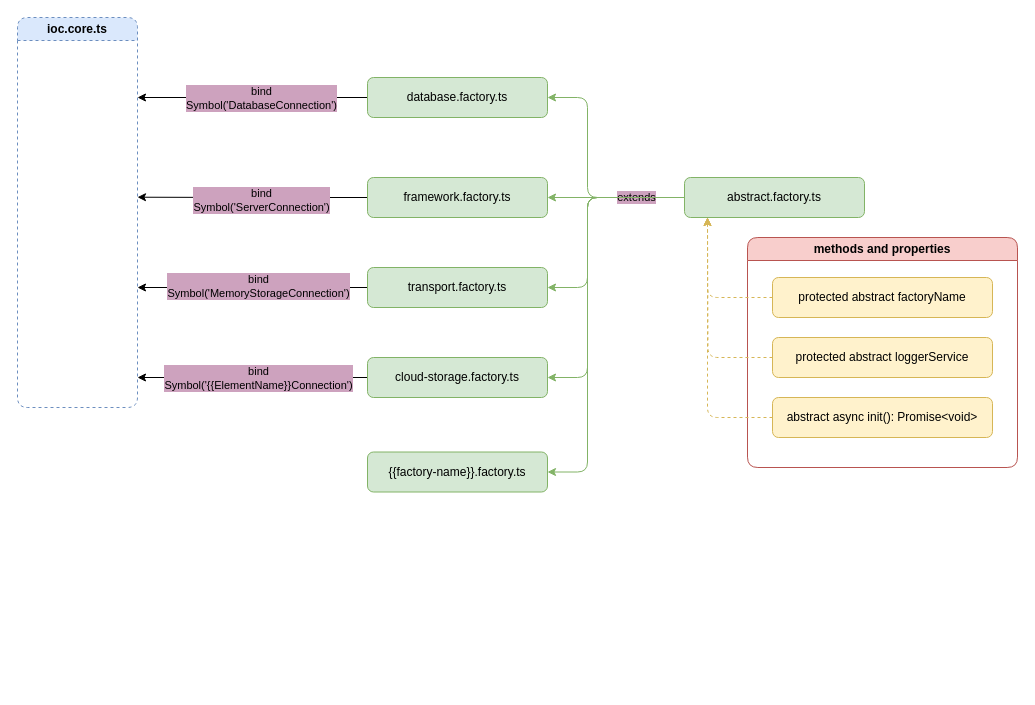
Avelate/avelate-documentation keeps this draw.io diagram as documentation/server-platform/drawio/factories.drawio. Above is the earlier version. Source tidied: cells renumbered, new cells numbered last; positions are measured from the earlier drawing's top-left corner, leaving out a move shared by most shapes. Both pictures are drawn from the tidied source at 100%, with x=0, y=0 at pixel (17, 17).
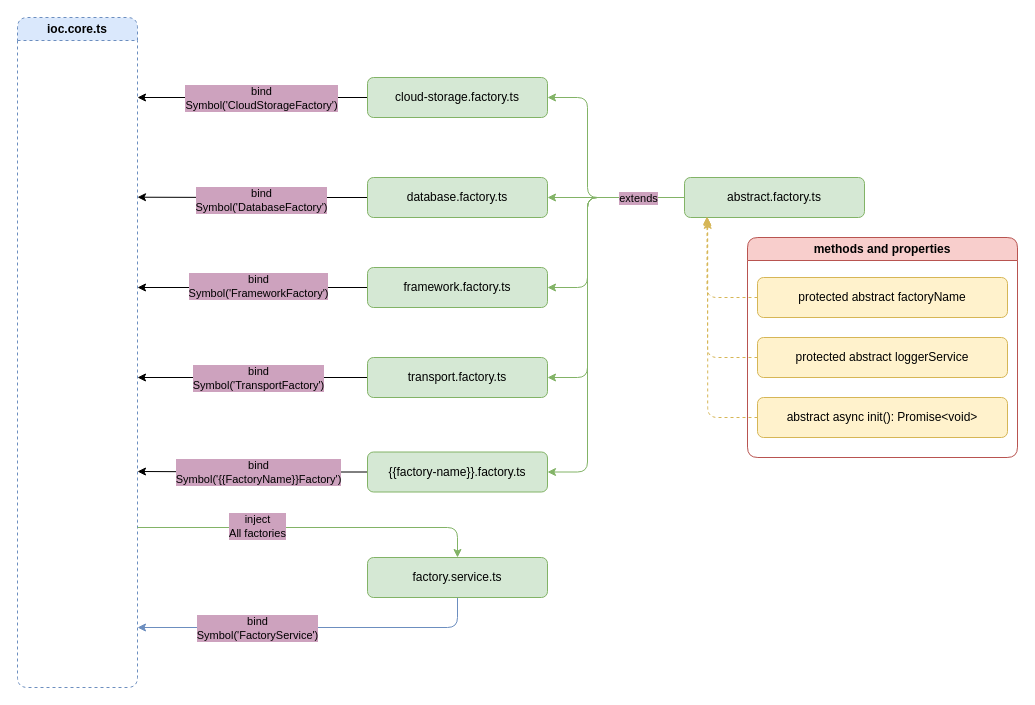
After the change.

Unchanged cells that the change refers to:
```xml
<mxCell id="18" value="abstract.factory.ts" style="rounded=1;whiteSpace=wrap;html=1;fillColor=#d5e8d4;strokeColor=#82b366;" parent="1" vertex="1">
  <mxGeometry x="667" y="160" width="180" height="40" as="geometry" />
</mxCell>
<mxCell id="29" value="{{factory-name}}.factory.ts" style="rounded=1;whiteSpace=wrap;html=1;fillColor=#d5e8d4;strokeColor=#82b366;" parent="1" vertex="1">
  <mxGeometry x="350" y="434.5" width="180" height="40" as="geometry" />
</mxCell>
```

Diff of the diagram source:
```diff
@@
     <mxCell id="2" value="ioc.core.ts" style="swimlane;whiteSpace=wrap;html=1;rounded=1;dashed=1;fillColor=#dae8fc;strokeColor=#6c8ebf;" parent="1" vertex="1">
-      <mxGeometry width="120" height="390" as="geometry" />
+      <mxGeometry width="120" height="670" as="geometry" />
     </mxCell>
-    <mxCell id="3" style="edgeStyle=orthogonalEdgeStyle;rounded=0;jettySize=auto;html=1;" parent="1" edge="1" source="5">
-      <mxGeometry relative="1" as="geometry">
-        <mxPoint x="120" y="80" as="targetPoint" />
-      </mxGeometry>
-    </mxCell>
-    <mxCell id="4" value="bind&lt;br&gt;Symbol('DatabaseConnection')" style="edgeLabel;html=1;align=center;verticalAlign=middle;labelBackgroundColor=#CDA2BE;" parent="3" vertex="1">
-      <mxGeometry x="-0.07" relative="1" as="geometry" />
-    </mxCell>
+    <mxCell id="30" style="edgeStyle=orthogonalEdgeStyle;rounded=0;jettySize=auto;html=1;" parent="1" edge="1" source="27">
+      <mxGeometry relative="1" as="geometry">
+        <mxPoint x="120" y="80" as="targetPoint" />
+      </mxGeometry>
+    </mxCell>
+    <mxCell id="31" value="bind&lt;br&gt;Symbol('CloudStorageFactory')" style="edgeLabel;html=1;align=center;verticalAlign=middle;labelBackgroundColor=#CDA2BE;" parent="30" vertex="1">
+      <mxGeometry x="-0.07" relative="1" as="geometry" />
+    </mxCell>
+    <mxCell id="27" value="cloud-storage.factory.ts" style="rounded=1;whiteSpace=wrap;html=1;fillColor=#d5e8d4;strokeColor=#82b366;" parent="1" vertex="1">
+      <mxGeometry x="350" y="60" width="180" height="40" as="geometry" />
+    </mxCell>
+    <mxCell id="32" style="edgeStyle=orthogonalEdgeStyle;rounded=0;jettySize=auto;html=1;exitX=0;exitY=0.5;exitDx=0;exitDy=0;" parent="1" edge="1" source="5">
+      <mxGeometry relative="1" as="geometry">
+        <mxPoint x="120" y="179.7" as="targetPoint" />
+      </mxGeometry>
+    </mxCell>
     <mxCell id="5" value="database.factory.ts" style="rounded=1;whiteSpace=wrap;html=1;fillColor=#d5e8d4;strokeColor=#82b366;" parent="1" vertex="1">
-      <mxGeometry x="350" y="60" width="180" height="40" as="geometry" />
+      <mxGeometry x="350" y="160" width="180" height="40" as="geometry" />
     </mxCell>
-    <mxCell id="6" style="edgeStyle=orthogonalEdgeStyle;rounded=0;jettySize=auto;html=1;exitX=0;exitY=0.5;exitDx=0;exitDy=0;" parent="1" edge="1" source="7">
-      <mxGeometry relative="1" as="geometry">
-        <mxPoint x="120" y="179.7" as="targetPoint" />
-      </mxGeometry>
-    </mxCell>
+    <mxCell id="33" style="edgeStyle=orthogonalEdgeStyle;rounded=0;jettySize=auto;html=1;" parent="1" edge="1" source="7">
+      <mxGeometry relative="1" as="geometry">
+        <mxPoint x="120" y="270" as="targetPoint" />
+        <Array as="points">
+          <mxPoint x="240" y="270" />
+          <mxPoint x="240" y="270" />
+        </Array>
+      </mxGeometry>
+    </mxCell>
+    <mxCell id="34" value="bind&lt;br&gt;Symbol('FrameworkFactory')" style="edgeLabel;html=1;align=center;verticalAlign=middle;labelBackgroundColor=#CDA2BE;" parent="33" vertex="1">
+      <mxGeometry x="0.08" y="-2" relative="1" as="geometry">
+        <mxPoint x="14" as="offset" />
+      </mxGeometry>
+    </mxCell>
     <mxCell id="7" value="framework.factory.ts" style="rounded=1;whiteSpace=wrap;html=1;fillColor=#d5e8d4;strokeColor=#82b366;" parent="1" vertex="1">
-      <mxGeometry x="350" y="160" width="180" height="40" as="geometry" />
+      <mxGeometry x="350" y="250" width="180" height="40" as="geometry" />
     </mxCell>
-    <mxCell id="8" style="edgeStyle=orthogonalEdgeStyle;rounded=0;jettySize=auto;html=1;" parent="1" edge="1" source="10">
-      <mxGeometry relative="1" as="geometry">
-        <mxPoint x="120" y="270" as="targetPoint" />
-        <Array as="points">
-          <mxPoint x="240" y="270" />
-          <mxPoint x="240" y="270" />
-        </Array>
-      </mxGeometry>
-    </mxCell>
-    <mxCell id="9" value="bind&lt;br&gt;Symbol('MemoryStorageConnection')" style="edgeLabel;html=1;align=center;verticalAlign=middle;labelBackgroundColor=#CDA2BE;" parent="8" vertex="1">
-      <mxGeometry x="0.08" y="-2" relative="1" as="geometry">
-        <mxPoint x="14" as="offset" />
-      </mxGeometry>
-    </mxCell>
-    <mxCell id="10" value="transport.factory.ts" style="rounded=1;whiteSpace=wrap;html=1;fillColor=#d5e8d4;strokeColor=#82b366;" parent="1" vertex="1">
-      <mxGeometry x="350" y="250" width="180" height="40" as="geometry" />
-    </mxCell>
-    <mxCell id="11" value="bind&lt;br&gt;Symbol('ServerConnection')" style="edgeLabel;html=1;align=center;verticalAlign=middle;labelBackgroundColor=#CDA2BE;" parent="1" vertex="1">
-      <mxGeometry x="240" y="100" as="geometry">
-        <mxPoint x="3" y="82" as="offset" />
-      </mxGeometry>
-    </mxCell>
+    <mxCell id="35" value="bind&lt;br&gt;Symbol('DatabaseFactory')" style="edgeLabel;html=1;align=center;verticalAlign=middle;labelBackgroundColor=#CDA2BE;" parent="1" vertex="1">
+      <mxGeometry x="240" y="100" as="geometry">
+        <mxPoint x="3" y="82" as="offset" />
+      </mxGeometry>
+    </mxCell>
+    <mxCell id="16" style="edgeStyle=orthogonalEdgeStyle;rounded=1;jettySize=auto;html=1;entryX=1;entryY=0.5;entryDx=0;entryDy=0;fillColor=#d5e8d4;strokeColor=#82b366;" parent="1" edge="1" source="18" target="27">
+      <mxGeometry relative="1" as="geometry">
+        <Array as="points">
+          <mxPoint x="570" y="180" />
+          <mxPoint x="570" y="80" />
+        </Array>
+      </mxGeometry>
+    </mxCell>
     <mxCell id="12" style="edgeStyle=orthogonalEdgeStyle;rounded=1;jettySize=auto;html=1;entryX=1;entryY=0.5;entryDx=0;entryDy=0;fillColor=#d5e8d4;strokeColor=#82b366;" parent="1" edge="1" source="18" target="5">
-      <mxGeometry relative="1" as="geometry">
-        <Array as="points">
-          <mxPoint x="570" y="180" />
-          <mxPoint x="570" y="80" />
-        </Array>
-      </mxGeometry>
+      <mxGeometry relative="1" as="geometry" />
     </mxCell>
     <mxCell id="13" style="edgeStyle=orthogonalEdgeStyle;rounded=1;jettySize=auto;html=1;entryX=1;entryY=0.5;entryDx=0;entryDy=0;fillColor=#d5e8d4;strokeColor=#82b366;" parent="1" edge="1" source="18" target="7">
-      <mxGeometry relative="1" as="geometry" />
+      <mxGeometry relative="1" as="geometry">
+        <Array as="points">
+          <mxPoint x="570" y="180" />
+          <mxPoint x="570" y="270" />
+        </Array>
+      </mxGeometry>
     </mxCell>
+    <mxCell id="17" style="edgeStyle=orthogonalEdgeStyle;rounded=1;jettySize=auto;html=1;entryX=1;entryY=0.5;entryDx=0;entryDy=0;fillColor=#d5e8d4;strokeColor=#82b366;" parent="1" edge="1" source="18" target="29">
+      <mxGeometry relative="1" as="geometry">
+        <Array as="points">
+          <mxPoint x="570" y="180" />
+          <mxPoint x="570" y="454" />
+        </Array>
+      </mxGeometry>
+    </mxCell>
     <mxCell id="14" style="edgeStyle=orthogonalEdgeStyle;rounded=1;jettySize=auto;html=1;entryX=1;entryY=0.5;entryDx=0;entryDy=0;fillColor=#d5e8d4;strokeColor=#82b366;" parent="1" edge="1" source="18" target="10">
       <mxGeometry relative="1" as="geometry">
         <Array as="points">
           <mxPoint x="570" y="180" />
-          <mxPoint x="570" y="270" />
+          <mxPoint x="570" y="360" />
         </Array>
       </mxGeometry>
     </mxCell>
     <mxCell id="15" value="extends" style="edgeLabel;html=1;align=center;verticalAlign=middle;labelBackgroundColor=#CDA2BE;" parent="14" vertex="1">
-      <mxGeometry x="-0.57" y="-1" relative="1" as="geometry" />
+      <mxGeometry x="-0.76" y="-2" relative="1" as="geometry">
+        <mxPoint x="-9" y="2" as="offset" />
+      </mxGeometry>
     </mxCell>
-    <mxCell id="16" style="edgeStyle=orthogonalEdgeStyle;rounded=1;jettySize=auto;html=1;entryX=1;entryY=0.5;entryDx=0;entryDy=0;fillColor=#d5e8d4;strokeColor=#82b366;" parent="1" edge="1" source="18" target="27">
-      <mxGeometry relative="1" as="geometry">
-        <Array as="points">
-          <mxPoint x="570" y="180" />
-          <mxPoint x="570" y="360" />
-        </Array>
-      </mxGeometry>
-    </mxCell>
-    <mxCell id="17" style="edgeStyle=orthogonalEdgeStyle;rounded=1;jettySize=auto;html=1;entryX=1;entryY=0.5;entryDx=0;entryDy=0;fillColor=#d5e8d4;strokeColor=#82b366;" parent="1" edge="1" source="18" target="29">
-      <mxGeometry relative="1" as="geometry">
-        <Array as="points">
-          <mxPoint x="570" y="180" />
-          <mxPoint x="570" y="454" />
-        </Array>
-      </mxGeometry>
-    </mxCell>
@@
     <mxCell id="19" value="methods and properties" style="swimlane;whiteSpace=wrap;html=1;fillColor=#f8cecc;strokeColor=#b85450;rounded=1;" parent="1" vertex="1">
-      <mxGeometry x="730" y="220" width="270" height="230" as="geometry" />
+      <mxGeometry x="730" y="220" width="270" height="220" as="geometry" />
     </mxCell>
     <mxCell id="20" value="protected abstract factoryName" style="rounded=1;whiteSpace=wrap;html=1;fillColor=#fff2cc;strokeColor=#d6b656;" parent="19" vertex="1">
-      <mxGeometry x="25" y="40" width="220" height="40" as="geometry" />
+      <mxGeometry x="10" y="40" width="250" height="40" as="geometry" />
     </mxCell>
+    <mxCell id="23" value="protected abstract loggerService" style="rounded=1;whiteSpace=wrap;html=1;fillColor=#fff2cc;strokeColor=#d6b656;" parent="19" vertex="1">
+      <mxGeometry x="10" y="100" width="250" height="40" as="geometry" />
+    </mxCell>
     <mxCell id="21" value="abstract async init(): Promise&amp;lt;void&amp;gt;" style="rounded=1;whiteSpace=wrap;html=1;fillColor=#fff2cc;strokeColor=#d6b656;" parent="19" vertex="1">
-      <mxGeometry x="25" y="160" width="220" height="40" as="geometry" />
+      <mxGeometry x="10" y="160" width="250" height="40" as="geometry" />
     </mxCell>
-    <mxCell id="22" style="edgeStyle=orthogonalEdgeStyle;rounded=1;jettySize=auto;html=1;fillColor=#fff2cc;strokeColor=#d6b656;dashed=1;" parent="19" edge="1" source="23">
-      <mxGeometry relative="1" as="geometry">
-        <mxPoint x="-40" y="-20" as="targetPoint" />
-      </mxGeometry>
-    </mxCell>
-    <mxCell id="23" value="protected abstract loggerService" style="rounded=1;whiteSpace=wrap;html=1;fillColor=#fff2cc;strokeColor=#d6b656;" parent="19" vertex="1">
-      <mxGeometry x="25" y="100" width="220" height="40" as="geometry" />
-    </mxCell>
-    <mxCell id="24" style="edgeStyle=orthogonalEdgeStyle;rounded=1;jettySize=auto;html=1;exitX=0;exitY=0.5;exitDx=0;exitDy=0;fillColor=#fff2cc;strokeColor=#d6b656;dashed=1;" parent="1" edge="1" source="20">
-      <mxGeometry relative="1" as="geometry">
-        <mxPoint x="690" y="200" as="targetPoint" />
-        <Array as="points">
-          <mxPoint x="690" y="280" />
-        </Array>
-      </mxGeometry>
-    </mxCell>
+    <mxCell id="36" style="edgeStyle=orthogonalEdgeStyle;rounded=1;jettySize=auto;html=1;exitX=0;exitY=0.5;exitDx=0;exitDy=0;fillColor=#fff2cc;strokeColor=#d6b656;dashed=1;entryX=0.125;entryY=0.975;entryDx=0;entryDy=0;entryPerimeter=0;" parent="1" edge="1" source="20" target="18">
+      <mxGeometry relative="1" as="geometry">
+        <Array as="points">
+          <mxPoint x="690" y="280" />
+          <mxPoint x="690" y="199" />
+        </Array>
+      </mxGeometry>
+    </mxCell>
+    <mxCell id="37" style="edgeStyle=orthogonalEdgeStyle;rounded=1;jettySize=auto;html=1;exitX=0;exitY=0.5;exitDx=0;exitDy=0;fillColor=#fff2cc;strokeColor=#d6b656;dashed=1;" parent="1" edge="1" source="23" target="18">
+      <mxGeometry relative="1" as="geometry">
+        <Array as="points">
+          <mxPoint x="690" y="340" />
+        </Array>
+      </mxGeometry>
+    </mxCell>
+    <mxCell id="38" style="edgeStyle=orthogonalEdgeStyle;rounded=0;jettySize=auto;html=1;" parent="1" edge="1" source="10">
+      <mxGeometry relative="1" as="geometry">
+        <mxPoint x="120" y="360" as="targetPoint" />
+      </mxGeometry>
+    </mxCell>
+    <mxCell id="10" value="transport.factory.ts" style="rounded=1;whiteSpace=wrap;html=1;fillColor=#d5e8d4;strokeColor=#82b366;" parent="1" vertex="1">
+      <mxGeometry x="350" y="340" width="180" height="40" as="geometry" />
+    </mxCell>
+    <mxCell id="39" value="bind&lt;br&gt;Symbol('TransportFactory')" style="edgeLabel;html=1;align=center;verticalAlign=middle;labelBackgroundColor=#CDA2BE;" parent="1" vertex="1">
+      <mxGeometry x="240" y="360" as="geometry" />
+    </mxCell>
-    <mxCell id="25" style="edgeStyle=orthogonalEdgeStyle;rounded=1;jettySize=auto;html=1;exitX=0;exitY=0.5;exitDx=0;exitDy=0;fillColor=#fff2cc;strokeColor=#d6b656;dashed=1;" parent="1" edge="1" source="21" target="18">
-      <mxGeometry relative="1" as="geometry">
-        <Array as="points">
-          <mxPoint x="690" y="400" />
-        </Array>
-      </mxGeometry>
+    <mxCell id="25" style="edgeStyle=orthogonalEdgeStyle;rounded=1;jettySize=auto;html=1;entryX=0.129;entryY=1.071;entryDx=0;entryDy=0;entryPerimeter=0;exitX=0;exitY=0.5;exitDx=0;exitDy=0;fillColor=#fff2cc;strokeColor=#d6b656;dashed=1;" parent="1" edge="1" source="21" target="18">
+      <mxGeometry relative="1" as="geometry" />
     </mxCell>
-    <mxCell id="26" style="edgeStyle=orthogonalEdgeStyle;rounded=0;jettySize=auto;html=1;" parent="1" edge="1" source="27">
-      <mxGeometry relative="1" as="geometry">
-        <mxPoint x="120" y="360" as="targetPoint" />
-      </mxGeometry>
-    </mxCell>
-    <mxCell id="27" value="cloud-storage.factory.ts" style="rounded=1;whiteSpace=wrap;html=1;fillColor=#d5e8d4;strokeColor=#82b366;" parent="1" vertex="1">
-      <mxGeometry x="350" y="340" width="180" height="40" as="geometry" />
-    </mxCell>
-    <mxCell id="28" value="bind&lt;br&gt;Symbol('{{ElementName}}Connection')" style="edgeLabel;html=1;align=center;verticalAlign=middle;labelBackgroundColor=#CDA2BE;" parent="1" vertex="1">
-      <mxGeometry x="240" y="360" as="geometry" />
-    </mxCell>
+    <mxCell id="40" style="edgeStyle=orthogonalEdgeStyle;rounded=0;jettySize=auto;html=1;" parent="1" edge="1" source="29">
+      <mxGeometry relative="1" as="geometry">
+        <mxPoint x="120" y="454" as="targetPoint" />
+        <Array as="points">
+          <mxPoint x="235" y="454" />
+          <mxPoint x="120" y="454" />
+        </Array>
+      </mxGeometry>
+    </mxCell>
@@
+    <mxCell id="41" value="bind&lt;br&gt;Symbol('{{FactoryName}}Factory')" style="edgeLabel;html=1;align=center;verticalAlign=middle;labelBackgroundColor=#CDA2BE;" parent="1" vertex="1">
+      <mxGeometry x="240" y="454.5" as="geometry" />
+    </mxCell>
+    <mxCell id="42" style="edgeStyle=orthogonalEdgeStyle;rounded=1;jettySize=auto;html=1;entryX=0.5;entryY=0;entryDx=0;entryDy=0;fillColor=#d5e8d4;strokeColor=#82b366;" parent="1" edge="1" target="46">
+      <mxGeometry relative="1" as="geometry">
+        <mxPoint x="120" y="510" as="sourcePoint" />
+        <Array as="points">
+          <mxPoint x="120" y="510" />
+          <mxPoint x="440" y="510" />
+        </Array>
+      </mxGeometry>
+    </mxCell>
+    <mxCell id="43" value="inject&lt;br&gt;All factories" style="edgeLabel;html=1;align=center;verticalAlign=middle;labelBackgroundColor=#CDA2BE;" parent="42" vertex="1">
+      <mxGeometry x="-0.19" y="2" relative="1" as="geometry">
+        <mxPoint x="-23" as="offset" />
+      </mxGeometry>
+    </mxCell>
+    <mxCell id="44" style="edgeStyle=orthogonalEdgeStyle;rounded=1;jettySize=auto;html=1;exitX=0.5;exitY=1;exitDx=0;exitDy=0;fillColor=#dae8fc;strokeColor=#6c8ebf;" parent="1" edge="1" source="46">
+      <mxGeometry relative="1" as="geometry">
+        <mxPoint x="120" y="610" as="targetPoint" />
+        <Array as="points">
+          <mxPoint x="440" y="610" />
+          <mxPoint x="120" y="610" />
+        </Array>
+      </mxGeometry>
+    </mxCell>
+    <mxCell id="45" value="bind&lt;br&gt;Symbol('FactoryService')" style="edgeLabel;html=1;align=center;verticalAlign=middle;labelBackgroundColor=#CDA2BE;" parent="44" vertex="1">
+      <mxGeometry x="0.34" y="4" relative="1" as="geometry">
+        <mxPoint x="4" y="-4" as="offset" />
+      </mxGeometry>
+    </mxCell>
+    <mxCell id="46" value="factory.service.ts" style="rounded=1;whiteSpace=wrap;html=1;fillColor=#d5e8d4;strokeColor=#82b366;" parent="1" vertex="1">
+      <mxGeometry x="350" y="540" width="180" height="40" as="geometry" />
+    </mxCell>
```
